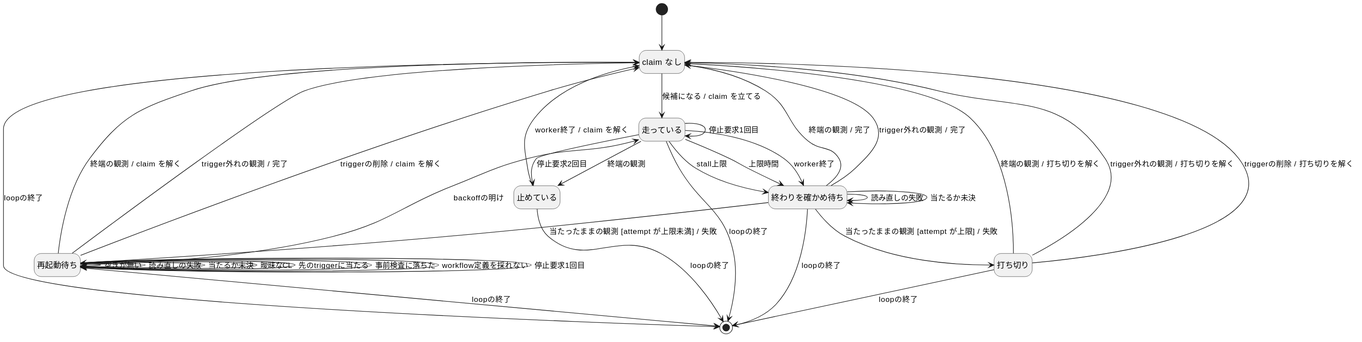
The PlantUML diagram docs/design/statechart.svg in swat9013/claude-dispatcher, before a commit.
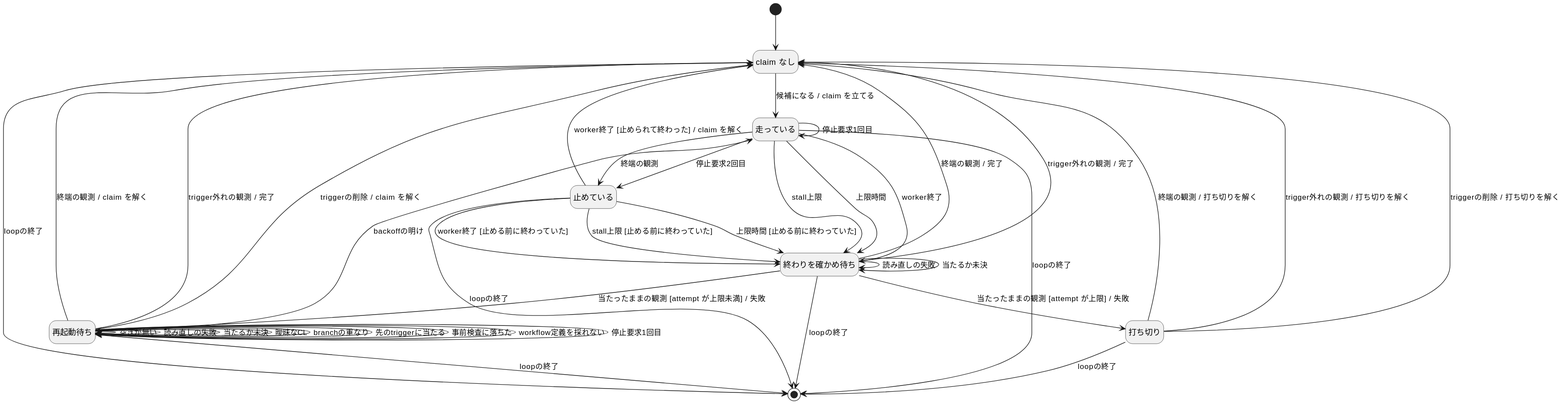
The same file after the commit.

Commit message:
statechart に止める前に終わった worker と branch の重なりを描く

止めている worker が止められる前に終わっていた (stall・上限時間・自分で終わった) ときは、code は終わりを
確かめ待ちへ進める。statechart はこれを claim を解く遷移と uncovered にしていたので、code に合わせて
Stopping → AwaitingVerification を足す。再起動待ちの CL の branch の重なりを、曖昧な CL と別の出来事として
足す。system.md §7 に両方の規則を書く。

Refs #275

Claude-Session: https://claude.ai/code/session_014ehgRYnNxYMQCojg7J1ASj

Diff of the diagram source:
```diff
@@ -21,7 +21,10 @@
 Running --> Stopping : 停止要求2回目
 Running --> [*] : loopの終了
 
-Stopping --> NoClaim : worker終了 / claim を解く
+Stopping --> NoClaim : worker終了 [止められて終わった] / claim を解く
+Stopping --> AwaitingVerification : worker終了 [止める前に終わっていた]
+Stopping --> AwaitingVerification : stall上限 [止める前に終わっていた]
+Stopping --> AwaitingVerification : 上限時間 [止める前に終わっていた]
 Stopping --> [*] : loopの終了
 
 AwaitingVerification --> NoClaim : 終端の観測 / 完了
@@ -37,6 +40,7 @@
 WaitingRetry --> WaitingRetry : 読み直しの失敗
 WaitingRetry --> WaitingRetry : 当たるか未決
 WaitingRetry --> WaitingRetry : 曖昧なCL
+WaitingRetry --> WaitingRetry : branchの重なり
 WaitingRetry --> WaitingRetry : 先のtriggerに当たる
 WaitingRetry --> WaitingRetry : 事前検査に落ちた
 WaitingRetry --> WaitingRetry : workflow定義を採れない
```
